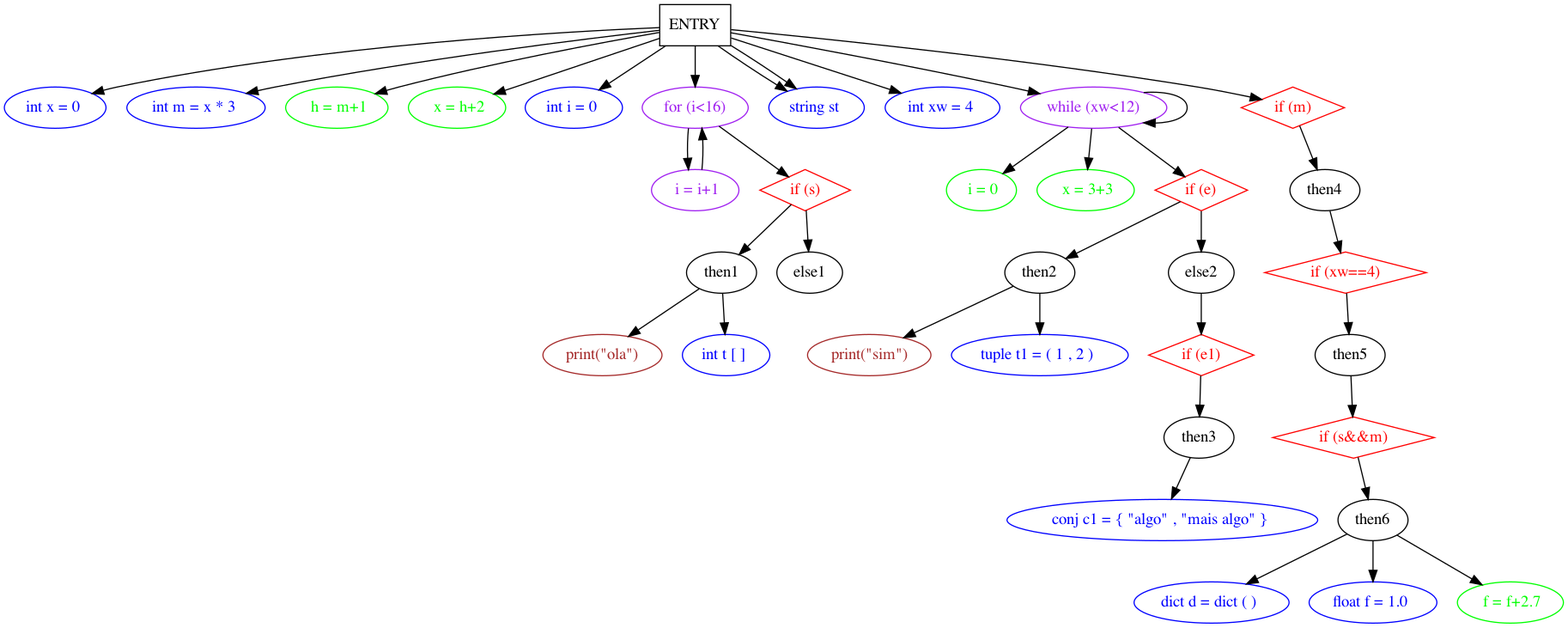
Above: TP3/doctest-output/sdg.gv.png in saracqueiros/EG22 (Graphviz), before the change. Its source is kept beside it as TP3/doctest-output/sdg.gv.
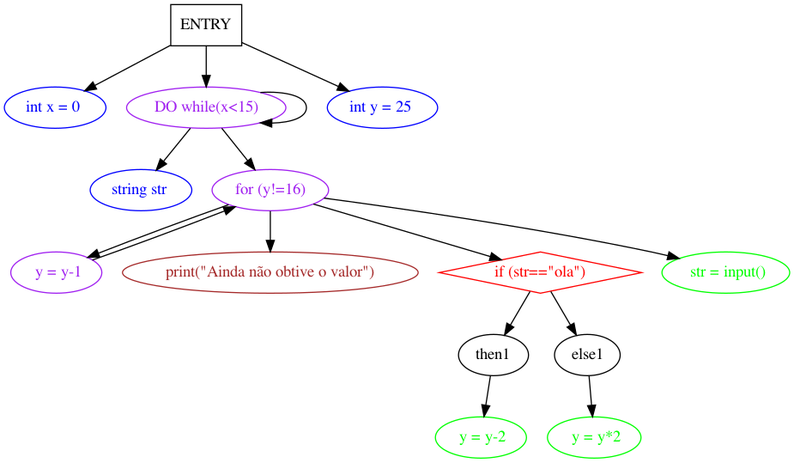
The same diagram one commit later.

What changed in the source:
```diff
@@ -3,69 +3,30 @@
 	ENTRY [shape=box]
 	"int x = 0 " [color=blue fontcolor=blue]
 	ENTRY -> "int x = 0 "
-	"int m = x * 3 " [color=blue fontcolor=blue]
-	ENTRY -> "int m = x * 3 "
-	" h = m+1" [color=green fontcolor=green]
-	ENTRY -> " h = m+1"
-	" x = h+2" [color=green fontcolor=green]
-	ENTRY -> " x = h+2"
-	"int i = 0 " [color=blue fontcolor=blue]
-	ENTRY -> "int i = 0 "
-	"for (i<16)" [color=purple fontcolor=purple]
-	ENTRY -> "for (i<16)"
-	" i = i+1" [color=green fontcolor=green]
-	"for (i<16)" -> " i = i+1"
-	" i = i+1" [color=purple fontcolor=purple]
-	" i = i+1" -> "for (i<16)"
-	"if (s)" [color=red fontcolor=red shape=diamond]
-	"for (i<16)" -> "if (s)"
-	"if (s)" -> then1
-	"print(\"ola\")" [color=brown fontcolor=brown]
-	then1 -> "print(\"ola\")"
-	"int t [ ] " [color=blue fontcolor=blue]
-	then1 -> "int t [ ] "
+	"DO while(x<15)" [color=purple fontcolor=purple]
+	"DO while(x<15)" -> "DO while(x<15)"
+	ENTRY -> "DO while(x<15)"
+	"string str " [color=blue fontcolor=blue]
+	"DO while(x<15)" -> "string str "
+	"int y = 25 " [color=blue fontcolor=blue]
+	ENTRY -> "int y = 25 "
+	"for (y!=16)" [color=purple fontcolor=purple]
+	"DO while(x<15)" -> "for (y!=16)"
+	" y = y-1" [color=green fontcolor=green]
+	"for (y!=16)" -> " y = y-1"
+	" y = y-1" [color=purple fontcolor=purple]
+	" y = y-1" -> "for (y!=16)"
+	"print(\"Ainda não obtive o valor\")" [color=brown fontcolor=brown]
+	"for (y!=16)" -> "print(\"Ainda não obtive o valor\")"
+	"if (str==\"ola\")" [color=red fontcolor=red shape=diamond]
+	"for (y!=16)" -> "if (str==\"ola\")"
+	"if (str==\"ola\")" -> then1
+	" y = y-2" [color=green fontcolor=green]
+	then1 -> " y = y-2"
 	else1
-	"if (s)" -> else1
-	"string st " [color=blue fontcolor=blue]
-	ENTRY -> "string st "
-	"int xw = 4 " [color=blue fontcolor=blue]
-	ENTRY -> "int xw = 4 "
-	"while (xw<12)" [color=purple fontcolor=purple]
-	"while (xw<12)" -> "while (xw<12)"
-	ENTRY -> "while (xw<12)"
-	" i = 0" [color=green fontcolor=green]
-	"while (xw<12)" -> " i = 0"
-	" x = 3+3" [color=green fontcolor=green]
-	"while (xw<12)" -> " x = 3+3"
-	"if (e)" [color=red fontcolor=red shape=diamond]
-	"while (xw<12)" -> "if (e)"
-	"if (e)" -> then2
-	"print(\"sim\")" [color=brown fontcolor=brown]
-	then2 -> "print(\"sim\")"
-	"tuple t1 = ( 1 , 2 ) " [color=blue fontcolor=blue]
-	then2 -> "tuple t1 = ( 1 , 2 ) "
-	else2
-	"if (e)" -> else2
-	"if (e1)" [color=red fontcolor=red shape=diamond]
-	else2 -> "if (e1)"
-	"if (e1)" -> then3
-	"conj c1 = { \"algo\" , \"mais algo\" } " [color=blue fontcolor=blue]
-	then3 -> "conj c1 = { \"algo\" , \"mais algo\" } "
-	"string st " [color=blue fontcolor=blue]
-	ENTRY -> "string st "
-	"if (m)" [color=red fontcolor=red shape=diamond]
-	ENTRY -> "if (m)"
-	"if (m)" -> then4
-	"if (xw==4)" [color=red fontcolor=red shape=diamond]
-	then4 -> "if (xw==4)"
-	"if (xw==4)" -> then5
-	"if (s&&m)" [color=red fontcolor=red shape=diamond]
-	then5 -> "if (s&&m)"
-	"if (s&&m)" -> then6
-	"dict d = dict ( ) " [color=blue fontcolor=blue]
-	then6 -> "dict d = dict ( ) "
-	"float f = 1.0 " [color=blue fontcolor=blue]
-	then6 -> "float f = 1.0 "
-	" f = f+2.7" [color=green fontcolor=green]
-	then6 -> " f = f+2.7"
+	"if (str==\"ola\")" -> else1
+	" y = y*2" [color=green fontcolor=green]
+	else1 -> " y = y*2"
+	" str = input()" [color=green fontcolor=green]
+	"for (y!=16)" -> " str = input()"
 }
```
